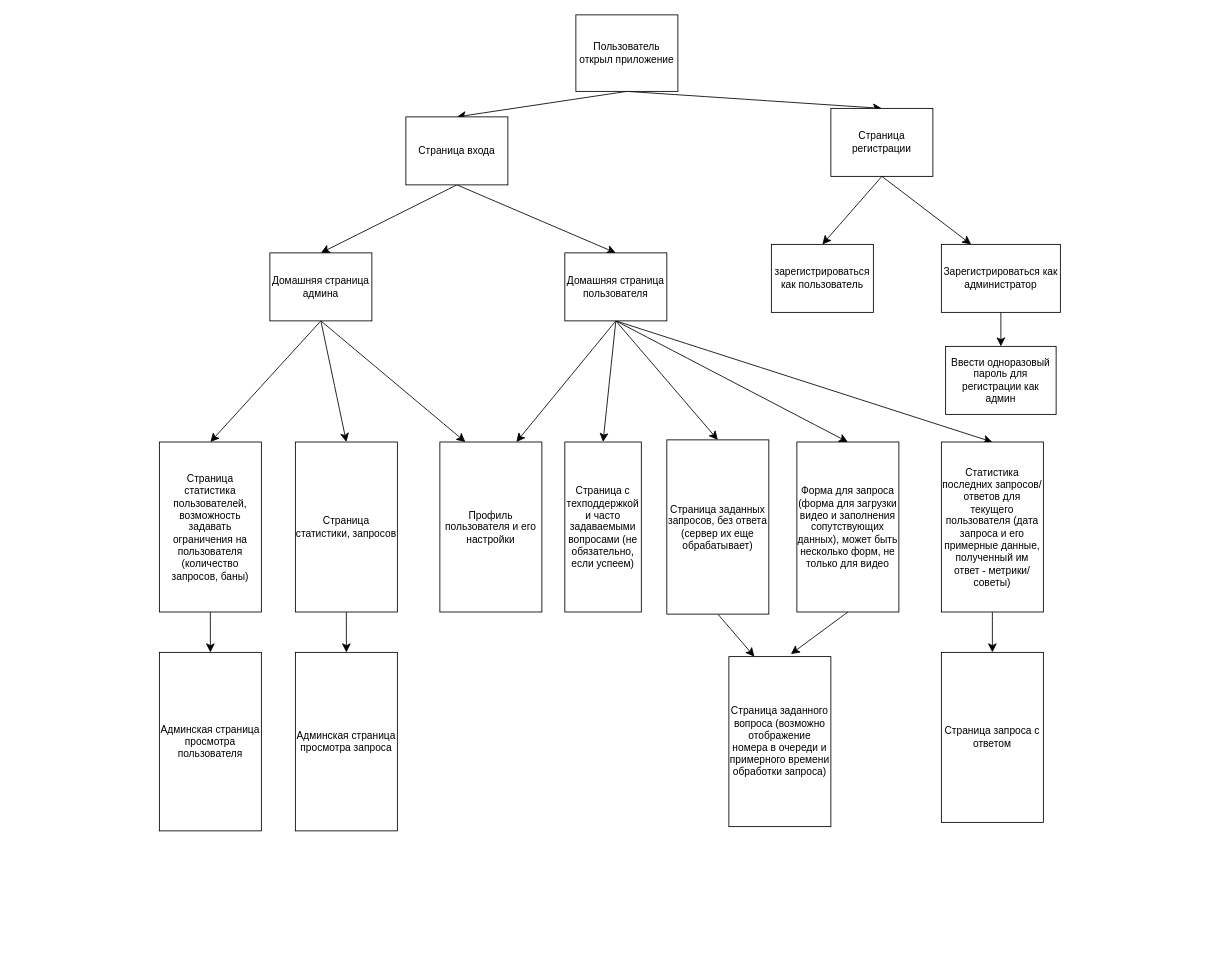
Earlier version of the draw.io diagram page "SiteMap" (1 of 3) of projects/accelerator.drawio (48-iq/drawIo). Source tidied: cells renumbered, new cells numbered last; positions are measured from the earlier drawing's top-left corner, leaving out a move shared by most shapes. Both pictures are drawn from the tidied source at 85%, with x=0, y=0 at pixel (159, 14).
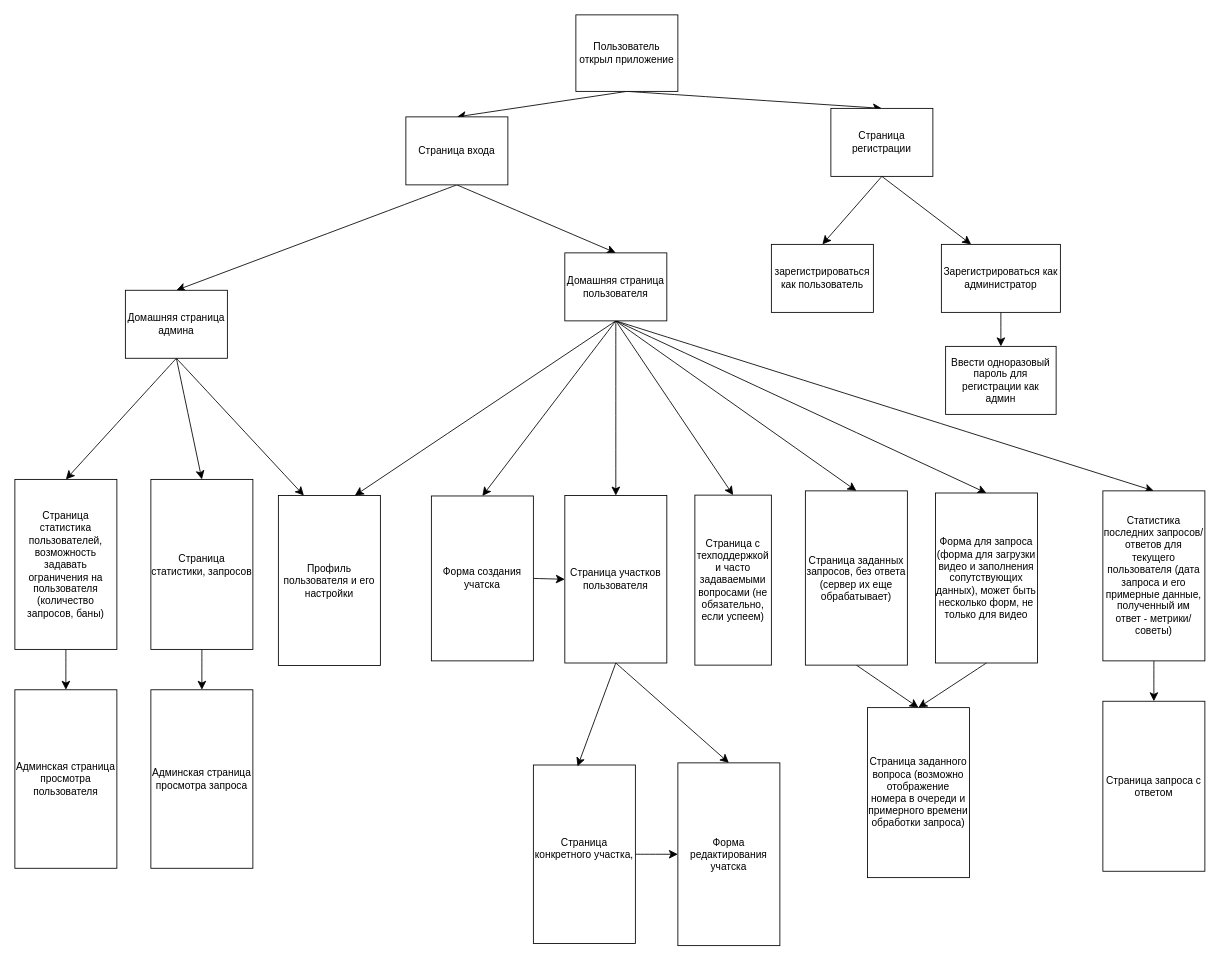
The same diagram, later.

The change refers to these unchanged cells:
```xml
<mxCell id="23" value="Домашняя страница пользователя" style="rounded=0;whiteSpace=wrap;html=1;" parent="1" vertex="1">
  <mxGeometry x="477" y="280" width="120" height="80" as="geometry" />
</mxCell>
```

What changed in the source:
```diff
@@
     <mxCell id="17" value="Домашняя страница админа" style="rounded=0;whiteSpace=wrap;html=1;" parent="1" vertex="1">
-      <mxGeometry x="130" y="280" width="120" height="80" as="geometry" />
+      <mxGeometry x="-40" y="324" width="120" height="80" as="geometry" />
     </mxCell>
@@
+    <mxCell id="42" style="edgeStyle=none;curved=1;rounded=0;jettySize=auto;html=1;exitX=0.5;exitY=1;exitDx=0;exitDy=0;entryX=0.5;entryY=0;entryDx=0;entryDy=0;fontSize=12;startSize=8;endSize=8;" parent="1" edge="1" source="23" target="44">
+      <mxGeometry relative="1" as="geometry" />
+    </mxCell>
@@
     <mxCell id="25" value="&lt;div&gt;Статистика&lt;/div&gt;&lt;div&gt;последних запросов/ответов для текущего пользователя (дата запроса и его примерные данные, полученный им ответ - метрики/советы)&lt;/div&gt;" style="rounded=0;whiteSpace=wrap;html=1;" parent="1" vertex="1">
-      <mxGeometry x="920" y="502.5" width="120" height="200" as="geometry" />
+      <mxGeometry x="1110" y="560" width="120" height="200" as="geometry" />
     </mxCell>
     <mxCell id="26" value="Форма для запроса (форма для загрузки видео и заполнения сопутствующих данных), может быть несколько форм, не только для видео" style="rounded=0;whiteSpace=wrap;html=1;" parent="1" vertex="1">
-      <mxGeometry x="750" y="502.5" width="120" height="200" as="geometry" />
+      <mxGeometry x="913" y="562.5" width="120" height="200" as="geometry" />
     </mxCell>
@@
     <mxCell id="28" value="Профиль пользователя и его настройки" style="rounded=0;whiteSpace=wrap;html=1;" parent="1" vertex="1">
-      <mxGeometry x="330" y="502.5" width="120" height="200" as="geometry" />
+      <mxGeometry x="140" y="565.5" width="120" height="200" as="geometry" />
     </mxCell>
     <mxCell id="29" value="Страница с техподдержкой и часто задаваемыми вопросами (не обязательно, если успеем)" style="rounded=0;whiteSpace=wrap;html=1;" parent="1" vertex="1">
-      <mxGeometry x="477" y="502.5" width="90" height="200" as="geometry" />
+      <mxGeometry x="630" y="565" width="90" height="200" as="geometry" />
     </mxCell>
@@
     <mxCell id="31" value="Страница статистики, запросов" style="rounded=0;whiteSpace=wrap;html=1;" parent="1" vertex="1">
-      <mxGeometry x="160" y="502.5" width="120" height="200" as="geometry" />
+      <mxGeometry x="-10" y="546.5" width="120" height="200" as="geometry" />
     </mxCell>
     <mxCell id="32" value="&lt;div&gt;Страница статистика пользователей, возможность задавать ограничения на пользователя&lt;/div&gt;&lt;div&gt;(количество запросов, баны)&lt;br&gt;&lt;/div&gt;" style="rounded=0;whiteSpace=wrap;html=1;" parent="1" vertex="1">
-      <mxGeometry y="502.5" width="120" height="200" as="geometry" />
+      <mxGeometry x="-170" y="546.5" width="120" height="200" as="geometry" />
     </mxCell>
-    <mxCell id="33" style="edgeStyle=none;curved=1;rounded=0;jettySize=auto;html=1;exitX=0.5;exitY=1;exitDx=0;exitDy=0;entryX=0.25;entryY=0;entryDx=0;entryDy=0;fontSize=12;startSize=8;endSize=8;" parent="1" edge="1" source="34" target="39">
+    <mxCell id="33" style="edgeStyle=none;curved=1;rounded=0;jettySize=auto;html=1;exitX=0.5;exitY=1;exitDx=0;exitDy=0;entryX=0.5;entryY=0;entryDx=0;entryDy=0;fontSize=12;startSize=8;endSize=8;" parent="1" edge="1" source="34" target="39">
       <mxGeometry relative="1" as="geometry" />
     </mxCell>
     <mxCell id="34" value="Страница заданных запросов, без ответа (сервер их еще обрабатывает) " style="rounded=0;whiteSpace=wrap;html=1;" parent="1" vertex="1">
-      <mxGeometry x="597" y="500" width="120" height="205" as="geometry" />
+      <mxGeometry x="760" y="560" width="120" height="205" as="geometry" />
     </mxCell>
@@
     <mxCell id="36" value="Админская страница просмотра пользователя" style="rounded=0;whiteSpace=wrap;html=1;" parent="1" vertex="1">
-      <mxGeometry y="750" width="120" height="210" as="geometry" />
+      <mxGeometry x="-170" y="794" width="120" height="210" as="geometry" />
     </mxCell>
@@
     <mxCell id="38" value="Админская страница просмотра запроса" style="rounded=0;whiteSpace=wrap;html=1;" parent="1" vertex="1">
-      <mxGeometry x="160" y="750" width="120" height="210" as="geometry" />
+      <mxGeometry x="-10" y="794" width="120" height="210" as="geometry" />
     </mxCell>
     <mxCell id="39" value="Страница заданного вопроса (возможно отображение номера в очереди и примерного времени обработки запроса)" style="rounded=0;whiteSpace=wrap;html=1;" parent="1" vertex="1">
-      <mxGeometry x="670" y="755" width="120" height="200" as="geometry" />
+      <mxGeometry x="833" y="815" width="120" height="200" as="geometry" />
     </mxCell>
-    <mxCell id="40" style="edgeStyle=none;curved=1;rounded=0;jettySize=auto;html=1;exitX=0.5;exitY=1;exitDx=0;exitDy=0;entryX=0.608;entryY=-0.015;entryDx=0;entryDy=0;entryPerimeter=0;fontSize=12;startSize=8;endSize=8;" parent="1" edge="1" source="26" target="39">
+    <mxCell id="40" style="edgeStyle=none;curved=1;rounded=0;jettySize=auto;html=1;exitX=0.5;exitY=1;exitDx=0;exitDy=0;entryX=0.5;entryY=0;entryDx=0;entryDy=0;fontSize=12;startSize=8;endSize=8;" parent="1" edge="1" source="26" target="39">
       <mxGeometry relative="1" as="geometry" />
     </mxCell>
     <mxCell id="41" value="Страница запроса с ответом" style="rounded=0;whiteSpace=wrap;html=1;" parent="1" vertex="1">
-      <mxGeometry x="920" y="750" width="120" height="200" as="geometry" />
+      <mxGeometry x="1110" y="807.5" width="120" height="200" as="geometry" />
     </mxCell>
+    <mxCell id="43" style="edgeStyle=none;curved=1;rounded=0;jettySize=auto;html=1;exitX=0.5;exitY=1;exitDx=0;exitDy=0;entryX=0.5;entryY=0;entryDx=0;entryDy=0;fontSize=12;startSize=8;endSize=8;" parent="1" edge="1" source="44" target="48">
+      <mxGeometry relative="1" as="geometry" />
+    </mxCell>
+    <mxCell id="44" value="&lt;div&gt;Страница участков&lt;/div&gt;&lt;div&gt;пользователя&lt;br&gt;&lt;/div&gt;" style="rounded=0;whiteSpace=wrap;html=1;" parent="1" vertex="1">
+      <mxGeometry x="477" y="565.5" width="120" height="197" as="geometry" />
+    </mxCell>
+    <mxCell id="45" style="edgeStyle=none;curved=1;rounded=0;jettySize=auto;html=1;exitX=1;exitY=0.5;exitDx=0;exitDy=0;entryX=0;entryY=0.5;entryDx=0;entryDy=0;fontSize=12;startSize=8;endSize=8;" parent="1" edge="1" source="46" target="48">
+      <mxGeometry relative="1" as="geometry" />
+    </mxCell>
+    <mxCell id="46" value="&lt;div&gt;Страница конкретного участка, &lt;br&gt;&lt;/div&gt;&lt;div&gt;&lt;br&gt;&lt;/div&gt;" style="rounded=0;whiteSpace=wrap;html=1;" parent="1" vertex="1">
+      <mxGeometry x="440" y="882.5" width="120" height="210" as="geometry" />
+    </mxCell>
+    <mxCell id="47" style="edgeStyle=none;curved=1;rounded=0;jettySize=auto;html=1;exitX=0.5;exitY=1;exitDx=0;exitDy=0;entryX=0.433;entryY=0.008;entryDx=0;entryDy=0;entryPerimeter=0;fontSize=12;startSize=8;endSize=8;" parent="1" edge="1" source="44" target="46">
+      <mxGeometry relative="1" as="geometry" />
+    </mxCell>
+    <mxCell id="48" value="Форма редактирования учатска" style="rounded=0;whiteSpace=wrap;html=1;" parent="1" vertex="1">
+      <mxGeometry x="610" y="880" width="120" height="215" as="geometry" />
+    </mxCell>
+    <mxCell id="49" style="edgeStyle=none;curved=1;rounded=0;jettySize=auto;html=1;exitX=1;exitY=0.5;exitDx=0;exitDy=0;entryX=0;entryY=0.5;entryDx=0;entryDy=0;fontSize=12;startSize=8;endSize=8;" parent="1" edge="1" source="50" target="44">
+      <mxGeometry relative="1" as="geometry" />
+    </mxCell>
+    <mxCell id="50" value="Форма создания учатска" style="rounded=0;whiteSpace=wrap;html=1;" parent="1" vertex="1">
+      <mxGeometry x="320" y="566" width="120" height="194" as="geometry" />
+    </mxCell>
+    <mxCell id="51" style="edgeStyle=none;curved=1;rounded=0;jettySize=auto;html=1;exitX=0.5;exitY=1;exitDx=0;exitDy=0;entryX=0.5;entryY=0;entryDx=0;entryDy=0;fontSize=12;startSize=8;endSize=8;" parent="1" edge="1" source="23" target="50">
+      <mxGeometry relative="1" as="geometry" />
+    </mxCell>
```
